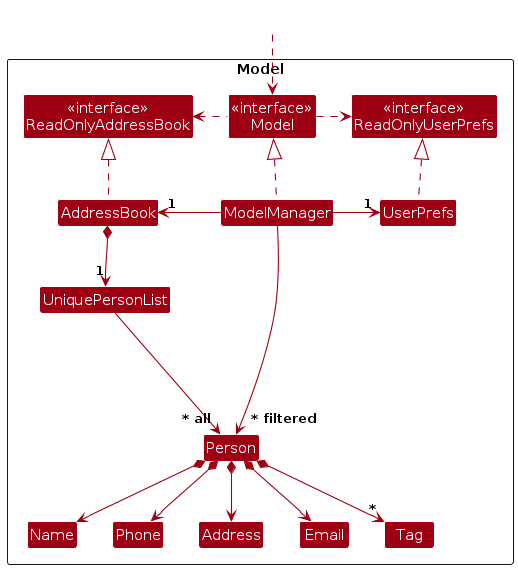
Above: diagrams/ModelClassDiagram.png in AY2627S1-CS2103T-T08-2/tp (PlantUML), before the change. Its source is kept beside it as diagrams/ModelClassDiagram.puml. Source of this version:
```plantuml
@startuml
!include style.puml
skinparam arrowThickness 1.1
skinparam arrowColor MODEL_COLOR
skinparam classBackgroundColor MODEL_COLOR

Package Model as ModelPackage <<Rectangle>>{
Class "<<interface>>\nReadOnlyAddressBook" as ReadOnlyAddressBook
Class "<<interface>>\nReadOnlyUserPrefs" as ReadOnlyUserPrefs
Class "<<interface>>\nModel" as Model
Class AddressBook
Class ModelManager
Class UserPrefs

Class UniquePersonList
Class Person
Class Address
Class Email
Class Name
Class Phone
Class Tag

Class I #FFFFFF
}

Class HiddenOutside #FFFFFF
HiddenOutside ..> Model

AddressBook .up.|> ReadOnlyAddressBook

ModelManager .up.|> Model
Model .right.> ReadOnlyUserPrefs
Model .left.> ReadOnlyAddressBook
ModelManager -left-> "1" AddressBook
ModelManager -right-> "1" UserPrefs
UserPrefs .up.|> ReadOnlyUserPrefs

AddressBook *--> "1" UniquePersonList
UniquePersonList --> "~* all" Person
Person *--> Name
Person *--> Phone
Person *--> Email
Person *--> Address
Person *--> "*" Tag

Person -[hidden]up--> I
UniquePersonList -[hidden]right-> I

Name -[hidden]right-> Phone
Phone -[hidden]right-> Address
Address -[hidden]right-> Email

ModelManager --> "~* filtered" Person
@enduml
```
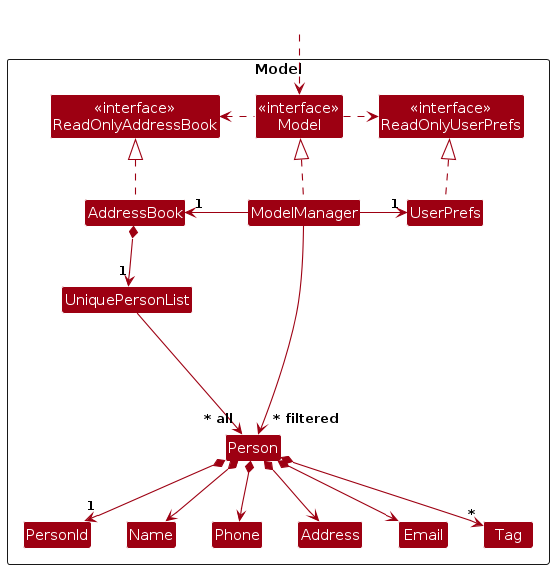
Later version of the same file.

What changed in the source:
```diff
@@ -14,6 +14,7 @@
 
 Class UniquePersonList
 Class Person
+Class PersonId
 Class Address
 Class Email
 Class Name
@@ -37,6 +38,7 @@
 
 AddressBook *--> "1" UniquePersonList
 UniquePersonList --> "~* all" Person
+Person *--> "1" PersonId
 Person *--> Name
 Person *--> Phone
 Person *--> Email
@@ -46,6 +48,7 @@
 Person -[hidden]up--> I
 UniquePersonList -[hidden]right-> I
 
+PersonId -[hidden]right-> Name
 Name -[hidden]right-> Phone
 Phone -[hidden]right-> Address
 Address -[hidden]right-> Email
```
